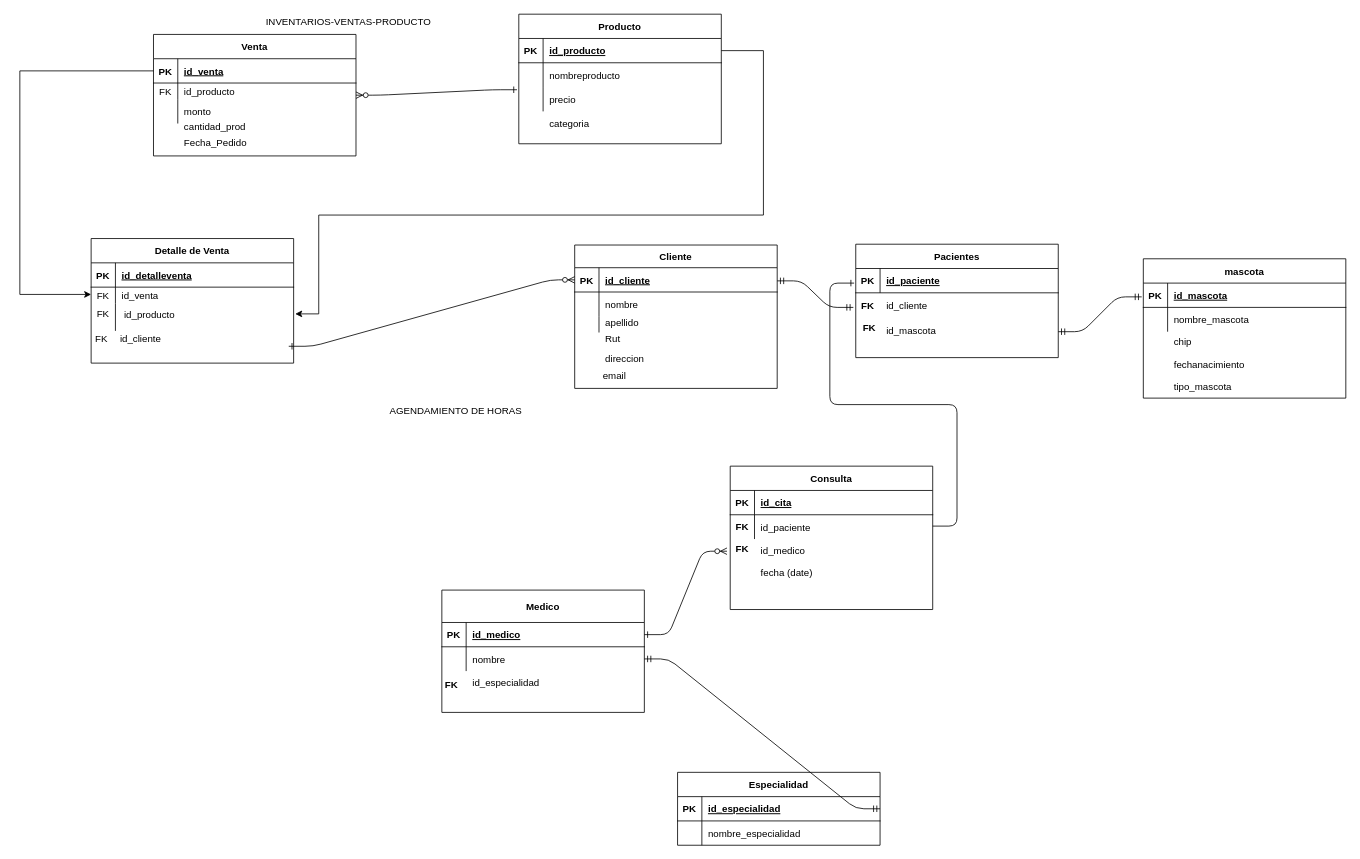
The draw.io diagram Basesdedatos.drawio in JoseFredes/vetlover, before the edit. Source tidied: cells renumbered, new cells numbered last; positions are measured from the earlier drawing's top-left corner, leaving out a move shared by most shapes. Both pictures are drawn from the tidied source at 81%, with x=0, y=0 at pixel (19, 14).
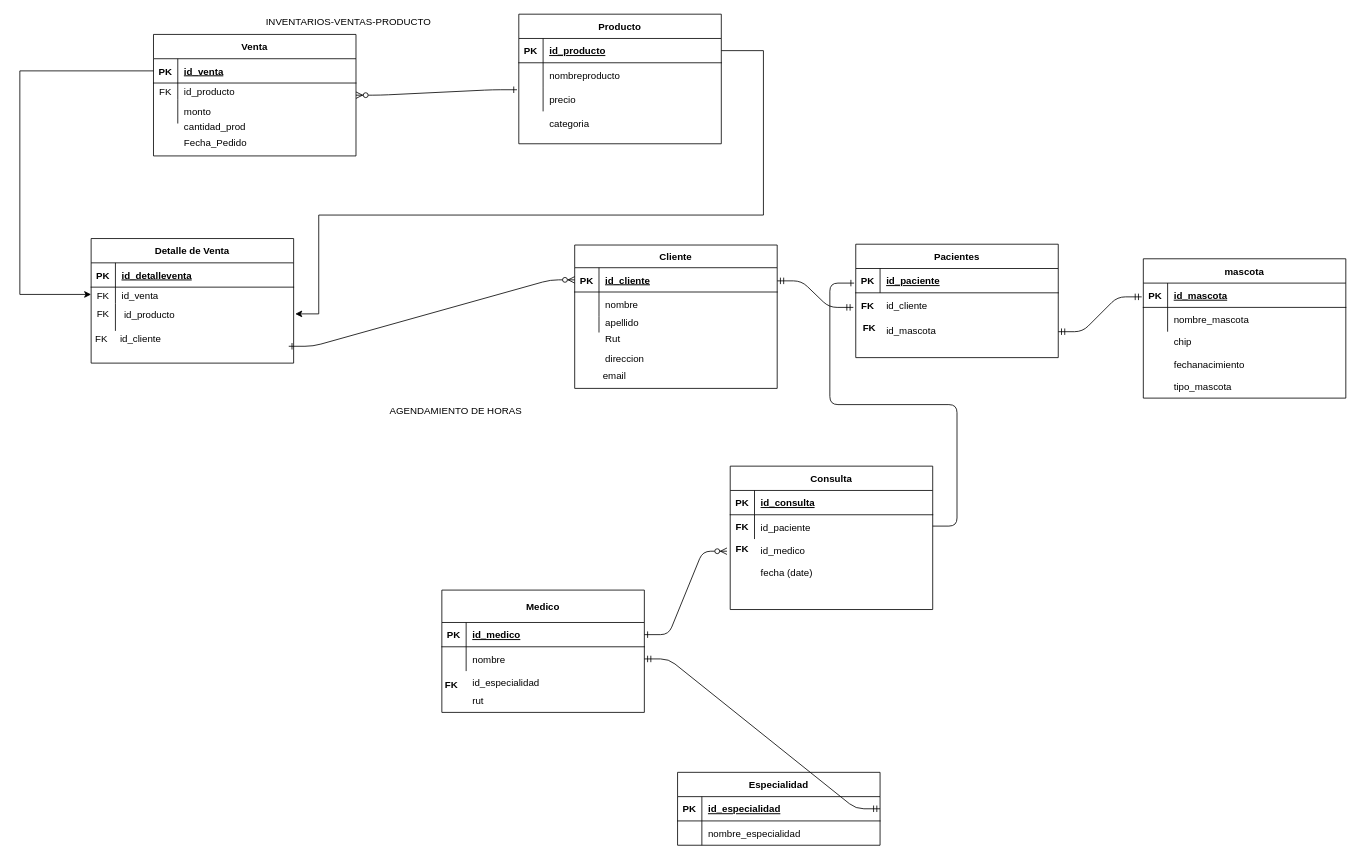
The same page after the edit.

Unchanged cells that the change refers to:
```xml
<mxCell id="29" style="shape=partialRectangle;fillColor=none;top=0;left=0;right=0;bottom=1;" parent="28" vertex="1">
  <mxGeometry y="30" width="250" height="30" as="geometry" />
</mxCell>
```

The edit, as a diff of the source:
```diff
@@
-    <mxCell id="31" value="id_cita" style="shape=partialRectangle;overflow=hidden;fillColor=none;top=0;left=0;bottom=0;right=0;align=left;spacingLeft=6;fontStyle=5;" parent="29" vertex="1">
+    <mxCell id="31" value="id_consulta" style="shape=partialRectangle;overflow=hidden;fillColor=none;top=0;left=0;bottom=0;right=0;align=left;spacingLeft=6;fontStyle=5;" parent="29" vertex="1">
       <mxGeometry x="30" width="220" height="30" as="geometry" />
     </mxCell>
@@
+    <mxCell id="110" value="rut" style="shape=partialRectangle;overflow=hidden;fillColor=none;top=0;left=0;bottom=0;right=0;align=left;spacingLeft=6;" parent="1" vertex="1">
+      <mxGeometry x="551" y="832" width="220" height="30" as="geometry" />
+    </mxCell>
```
